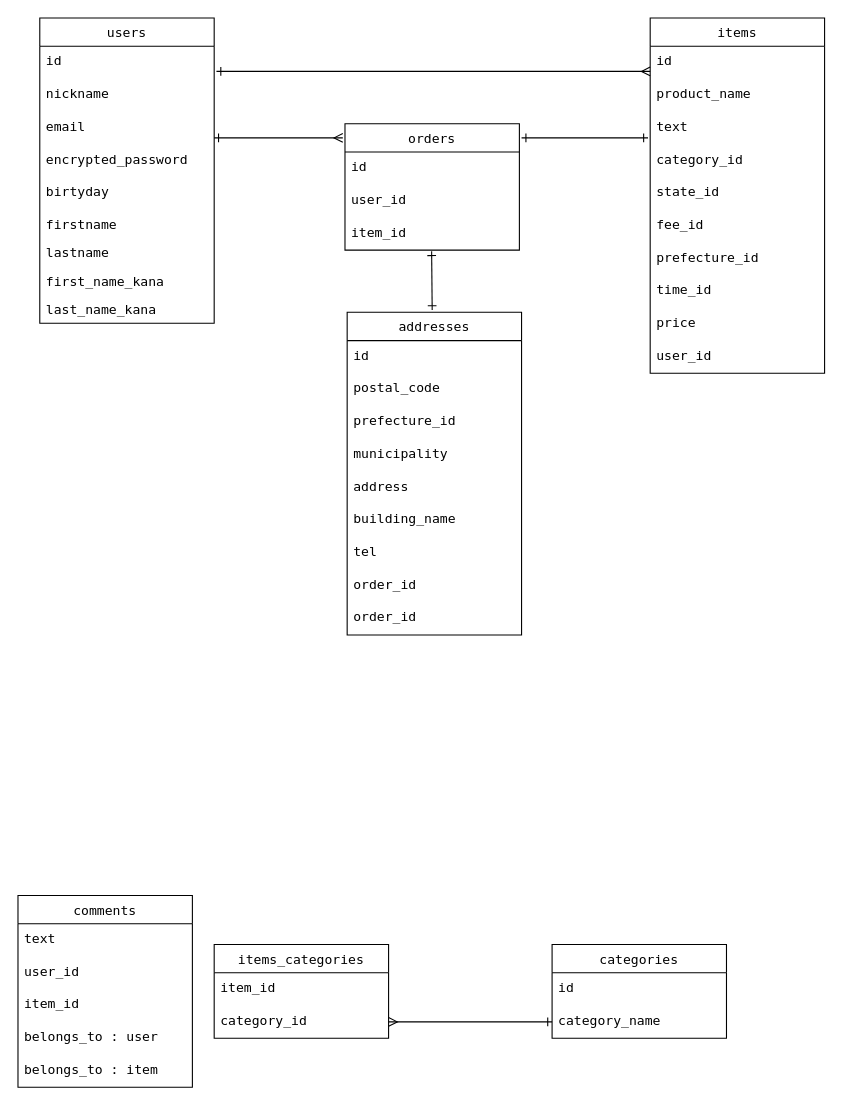
Earlier version of the draw.io diagram furima.dio (emiakazaki/furima-29123). Source tidied: cells renumbered, new cells numbered last; positions are measured from the earlier drawing's top-left corner, leaving out a move shared by most shapes. Both pictures are drawn from the tidied source at 109%, with x=0, y=0 at pixel (17, 17).
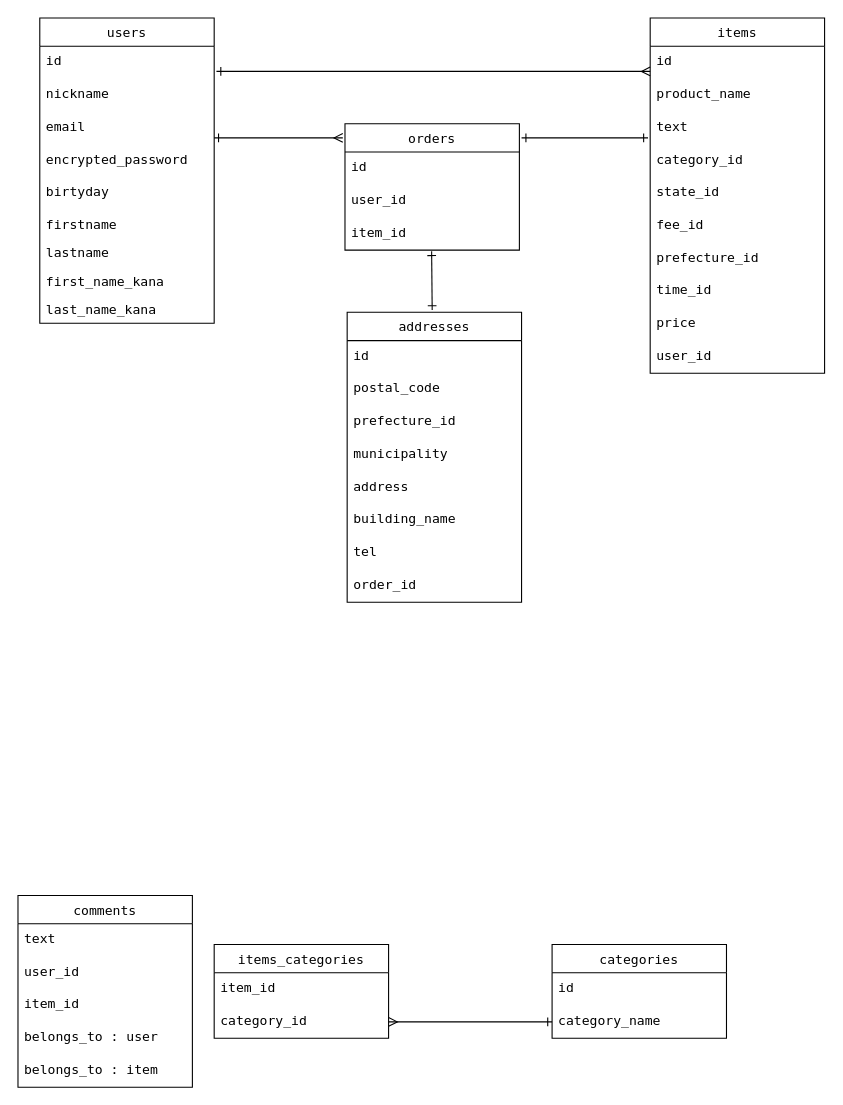
Above is the later version.

Commit message (it also covers changes not shown here):
テーブル設計_修正02

The edit, as a diff of the source:
```diff
@@
     <mxCell id="28" value="addresses" style="swimlane;fontStyle=0;horizontal=1;startSize=26;align=center;fontSize=12;fontFamily=Lucida Console;" parent="1" vertex="1">
-      <mxGeometry x="302" y="270" width="160" height="296" as="geometry" />
+      <mxGeometry x="302" y="270" width="160" height="266" as="geometry" />
     </mxCell>
@@
-    <mxCell id="37" value="order_id" style="text;strokeColor=none;fillColor=none;spacingLeft=4;spacingRight=4;overflow=hidden;fontSize=12;fontFamily=Lucida Console;" parent="28" vertex="1">
-      <mxGeometry y="266" width="160" height="30" as="geometry" />
-    </mxCell>
```
